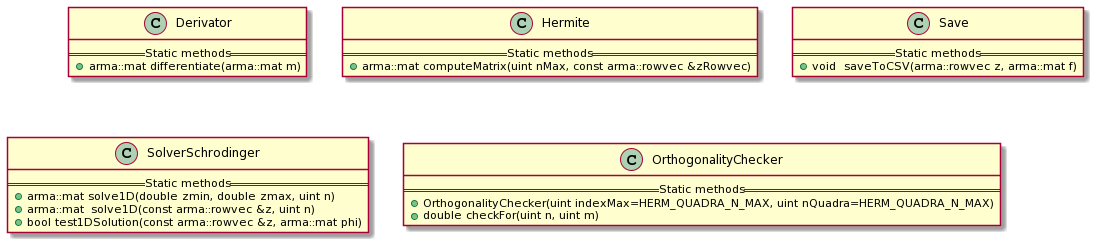
lanahuong/ips-dev keeps this PlantUML diagram as pres/images/class-diagram.png. Above is the earlier version. The source it was exported from:
```plantuml
@startuml
skinparam packageStyle rectangle

class Derivator{
    == Static methods ==
    +arma::mat differentiate(arma::mat m)
}
class Hermite{
    == Static methods ==
    +arma::mat computeMatrix(uint nMax, const arma::rowvec &zRowvec)
}
class Save{
    == Static methods ==
    +void	saveToCSV(arma::rowvec z, arma::mat f)
}
class SolverSchrodinger{
    == Static methods ==
    +arma::mat solve1D(double zmin, double zmax, uint n)
    +arma::mat 	solve1D(const arma::rowvec &z, uint n)
    +bool test1DSolution(const arma::rowvec &z, arma::mat phi)
}
class OrthogonalityChecker{
    == Static methods ==
    +OrthogonalityChecker(uint indexMax=HERM_QUADRA_N_MAX, uint nQuadra=HERM_QUADRA_N_MAX)
    +double checkFor(uint n, uint m)
}
@enduml
```
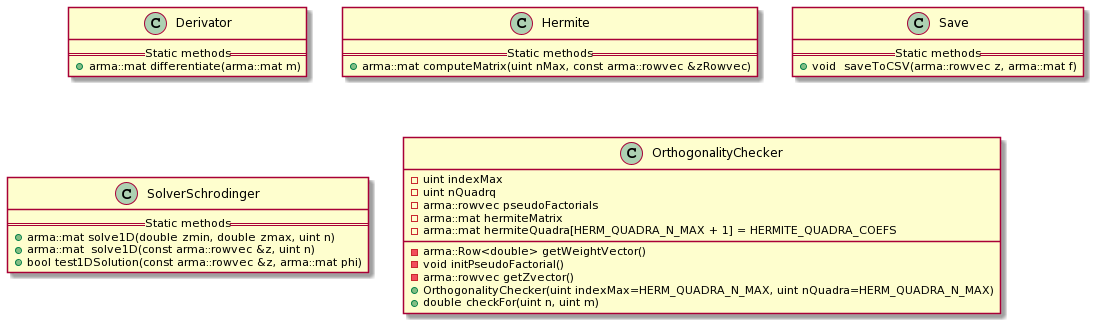
After the commit.

Diff of the diagram source:
```diff
@@ -20,7 +20,14 @@
     +bool test1DSolution(const arma::rowvec &z, arma::mat phi)
 }
 class OrthogonalityChecker{
-    == Static methods ==
+    -uint indexMax
+    -uint nQuadrq
+    -arma::Row<double> getWeightVector()
+    -void initPseudoFactorial()
+    -arma::rowvec pseudoFactorials
+    -arma::mat hermiteMatrix
+    -arma::mat hermiteQuadra[HERM_QUADRA_N_MAX + 1] = HERMITE_QUADRA_COEFS
+    -arma::rowvec getZvector()
     +OrthogonalityChecker(uint indexMax=HERM_QUADRA_N_MAX, uint nQuadra=HERM_QUADRA_N_MAX)
     +double checkFor(uint n, uint m)
 }
```
